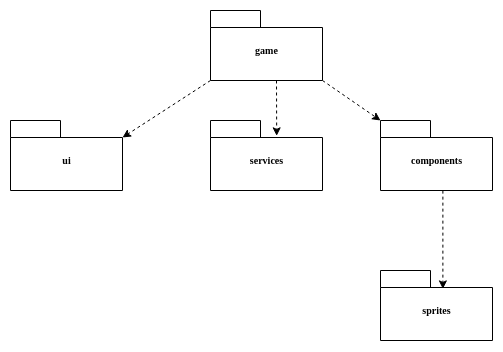
Earlier version of the draw.io export dokumentaatio/kuvatiedostot/rakennekaavio.png (realtalin/ot-harjoitustyo). Source tidied: cells renumbered, new cells last; positions are measured from the earlier drawing's top-left corner, leaving out a move shared by most shapes. Its diagram source:
```xml
<mxGraphModel>
  <root>
    <mxCell id="0" />
    <mxCell id="1" parent="0" />
    <mxCell id="2" value="ui" style="shape=folder;fontStyle=1;spacingTop=10;tabWidth=50;tabHeight=17;tabPosition=left;html=1;rounded=0;shadow=0;comic=0;labelBackgroundColor=none;strokeColor=#000000;strokeWidth=1;fillColor=#ffffff;fontFamily=Verdana;fontSize=10;fontColor=#000000;align=center;" parent="1" vertex="1">
      <mxGeometry y="110" width="112" height="70" as="geometry" />
    </mxCell>
    <mxCell id="3" value="sprites" style="shape=folder;fontStyle=1;spacingTop=10;tabWidth=50;tabHeight=17;tabPosition=left;html=1;rounded=0;shadow=0;comic=0;labelBackgroundColor=none;strokeColor=#000000;strokeWidth=1;fillColor=#ffffff;fontFamily=Verdana;fontSize=10;fontColor=#000000;align=center;" parent="1" vertex="1">
      <mxGeometry x="370" y="260" width="112" height="70" as="geometry" />
    </mxCell>
    <mxCell id="4" value="services" style="shape=folder;fontStyle=1;spacingTop=10;tabWidth=50;tabHeight=17;tabPosition=left;html=1;rounded=0;shadow=0;comic=0;labelBackgroundColor=none;strokeColor=#000000;strokeWidth=1;fillColor=#ffffff;fontFamily=Verdana;fontSize=10;fontColor=#000000;align=center;" parent="1" vertex="1">
      <mxGeometry x="200" y="110" width="112" height="70" as="geometry" />
    </mxCell>
    <mxCell id="5" value="components" style="shape=folder;fontStyle=1;spacingTop=10;tabWidth=50;tabHeight=17;tabPosition=left;html=1;rounded=0;shadow=0;comic=0;labelBackgroundColor=none;strokeColor=#000000;strokeWidth=1;fillColor=#ffffff;fontFamily=Verdana;fontSize=10;fontColor=#000000;align=center;" parent="1" vertex="1">
      <mxGeometry x="370" y="110" width="112" height="70" as="geometry" />
    </mxCell>
    <mxCell id="6" value="game" style="shape=folder;fontStyle=1;spacingTop=10;tabWidth=50;tabHeight=17;tabPosition=left;html=1;rounded=0;shadow=0;comic=0;labelBackgroundColor=none;strokeColor=#000000;strokeWidth=1;fillColor=#ffffff;fontFamily=Verdana;fontSize=10;fontColor=#000000;align=center;" parent="1" vertex="1">
      <mxGeometry x="200" width="112" height="70" as="geometry" />
    </mxCell>
    <mxCell id="7" style="endArrow=classic;html=1;rounded=0;dashed=1;exitX=0.557;exitY=1.002;exitDx=0;exitDy=0;exitPerimeter=0;entryX=0.557;entryY=0.263;entryDx=0;entryDy=0;entryPerimeter=0;" parent="1" edge="1" source="5" target="3">
      <mxGeometry relative="1" as="geometry" />
    </mxCell>
    <mxCell id="8" style="endArrow=classic;html=1;rounded=0;dashed=1;entryX=0;entryY=0;entryDx=0;entryDy=0;entryPerimeter=0;" parent="1" edge="1" target="5">
      <mxGeometry relative="1" as="geometry">
        <mxPoint x="312" y="70" as="sourcePoint" />
      </mxGeometry>
    </mxCell>
    <mxCell id="9" style="endArrow=classic;html=1;rounded=0;dashed=1;entryX=0.591;entryY=0.219;entryDx=0;entryDy=0;entryPerimeter=0;" parent="1" edge="1" target="4">
      <mxGeometry relative="1" as="geometry">
        <mxPoint x="266" y="70" as="sourcePoint" />
      </mxGeometry>
    </mxCell>
    <mxCell id="10" style="endArrow=classic;html=1;rounded=0;dashed=1;exitX=0;exitY=0;exitDx=0;exitDy=70;exitPerimeter=0;entryX=0;entryY=0;entryDx=112.00000000000001;entryDy=17;entryPerimeter=0;" parent="1" edge="1" source="6" target="2">
      <mxGeometry relative="1" as="geometry" />
    </mxCell>
  </root>
</mxGraphModel>
```
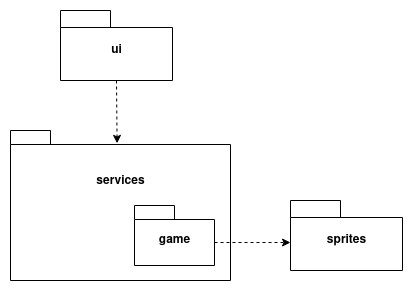
The same diagram one commit later.

Diff of the diagram source:
```diff
@@ -2,36 +2,27 @@
   <root>
     <mxCell id="0" />
     <mxCell id="1" parent="0" />
-    <mxCell id="2" value="ui" style="shape=folder;fontStyle=1;spacingTop=10;tabWidth=50;tabHeight=17;tabPosition=left;html=1;rounded=0;shadow=0;comic=0;labelBackgroundColor=none;strokeColor=#000000;strokeWidth=1;fillColor=#ffffff;fontFamily=Verdana;fontSize=10;fontColor=#000000;align=center;" parent="1" vertex="1">
-      <mxGeometry y="110" width="112" height="70" as="geometry" />
+    <mxCell id="2" value="&lt;font style=&quot;font-size: 12px;&quot; face=&quot;Helvetica&quot;&gt;ui&lt;/font&gt;" style="shape=folder;fontStyle=1;spacingTop=10;tabWidth=50;tabHeight=17;tabPosition=left;html=1;rounded=0;shadow=0;comic=0;labelBackgroundColor=none;strokeColor=#000000;strokeWidth=1;fillColor=#ffffff;fontFamily=Verdana;fontSize=10;fontColor=#000000;align=center;" parent="1" vertex="1">
+      <mxGeometry x="200" y="-20" width="112" height="70" as="geometry" />
     </mxCell>
-    <mxCell id="3" value="sprites" style="shape=folder;fontStyle=1;spacingTop=10;tabWidth=50;tabHeight=17;tabPosition=left;html=1;rounded=0;shadow=0;comic=0;labelBackgroundColor=none;strokeColor=#000000;strokeWidth=1;fillColor=#ffffff;fontFamily=Verdana;fontSize=10;fontColor=#000000;align=center;" parent="1" vertex="1">
-      <mxGeometry x="370" y="260" width="112" height="70" as="geometry" />
+    <mxCell id="3" value="&lt;font style=&quot;font-size: 12px;&quot; face=&quot;Helvetica&quot;&gt;sprites&lt;/font&gt;" style="shape=folder;fontStyle=1;spacingTop=10;tabWidth=50;tabHeight=17;tabPosition=left;html=1;rounded=0;shadow=0;comic=0;labelBackgroundColor=none;strokeColor=#000000;strokeWidth=1;fillColor=#ffffff;fontFamily=Verdana;fontSize=10;fontColor=#000000;align=center;" parent="1" vertex="1">
+      <mxGeometry x="430" y="170" width="112" height="70" as="geometry" />
     </mxCell>
+    <mxCell id="11" style="endArrow=classic;html=1;rounded=0;dashed=1;exitX=0.5;exitY=1;exitDx=0;exitDy=0;exitPerimeter=0;entryX=0.533;entryY=0.099;entryDx=0;entryDy=0;entryPerimeter=0;" parent="1" edge="1" source="2">
+      <mxGeometry relative="1" as="geometry">
+        <mxPoint x="256.6" y="112.9" as="targetPoint" />
+      </mxGeometry>
+    </mxCell>
-    <mxCell id="4" value="services" style="shape=folder;fontStyle=1;spacingTop=10;tabWidth=50;tabHeight=17;tabPosition=left;html=1;rounded=0;shadow=0;comic=0;labelBackgroundColor=none;strokeColor=#000000;strokeWidth=1;fillColor=#ffffff;fontFamily=Verdana;fontSize=10;fontColor=#000000;align=center;" parent="1" vertex="1">
-      <mxGeometry x="200" y="110" width="112" height="70" as="geometry" />
+    <mxCell id="4" value="&lt;div&gt;services&lt;/div&gt;&lt;div&gt;&lt;br&gt;&lt;/div&gt;&lt;div&gt;&lt;br&gt;&lt;/div&gt;&lt;div&gt;&lt;br&gt;&lt;/div&gt;&lt;div&gt;&lt;br&gt;&lt;/div&gt;" style="shape=folder;fontStyle=1;spacingTop=10;tabWidth=40;tabHeight=14;tabPosition=left;html=1;" parent="1" vertex="1">
+      <mxGeometry x="150" y="100" width="220" height="150" as="geometry" />
     </mxCell>
-    <mxCell id="5" value="components" style="shape=folder;fontStyle=1;spacingTop=10;tabWidth=50;tabHeight=17;tabPosition=left;html=1;rounded=0;shadow=0;comic=0;labelBackgroundColor=none;strokeColor=#000000;strokeWidth=1;fillColor=#ffffff;fontFamily=Verdana;fontSize=10;fontColor=#000000;align=center;" parent="1" vertex="1">
-      <mxGeometry x="370" y="110" width="112" height="70" as="geometry" />
-    </mxCell>
-    <mxCell id="6" value="game" style="shape=folder;fontStyle=1;spacingTop=10;tabWidth=50;tabHeight=17;tabPosition=left;html=1;rounded=0;shadow=0;comic=0;labelBackgroundColor=none;strokeColor=#000000;strokeWidth=1;fillColor=#ffffff;fontFamily=Verdana;fontSize=10;fontColor=#000000;align=center;" parent="1" vertex="1">
-      <mxGeometry x="200" width="112" height="70" as="geometry" />
+    <mxCell id="6" value="game" style="shape=folder;fontStyle=1;spacingTop=10;tabWidth=40;tabHeight=14;tabPosition=left;html=1;" parent="1" vertex="1">
+      <mxGeometry x="274" y="175" width="80" height="60" as="geometry" />
     </mxCell>
-    <mxCell id="7" style="endArrow=classic;html=1;rounded=0;dashed=1;exitX=0.557;exitY=1.002;exitDx=0;exitDy=0;exitPerimeter=0;entryX=0.557;entryY=0.263;entryDx=0;entryDy=0;entryPerimeter=0;" parent="1" edge="1" source="5" target="3">
-      <mxGeometry relative="1" as="geometry" />
-    </mxCell>
-    <mxCell id="8" style="endArrow=classic;html=1;rounded=0;dashed=1;entryX=0;entryY=0;entryDx=0;entryDy=0;entryPerimeter=0;" parent="1" edge="1" target="5">
-      <mxGeometry relative="1" as="geometry">
-        <mxPoint x="312" y="70" as="sourcePoint" />
-      </mxGeometry>
-    </mxCell>
-    <mxCell id="9" style="endArrow=classic;html=1;rounded=0;dashed=1;entryX=0.591;entryY=0.219;entryDx=0;entryDy=0;entryPerimeter=0;" parent="1" edge="1" target="4">
-      <mxGeometry relative="1" as="geometry">
-        <mxPoint x="266" y="70" as="sourcePoint" />
-      </mxGeometry>
-    </mxCell>
-    <mxCell id="10" style="endArrow=classic;html=1;rounded=0;dashed=1;exitX=0;exitY=0;exitDx=0;exitDy=70;exitPerimeter=0;entryX=0;entryY=0;entryDx=112.00000000000001;entryDy=17;entryPerimeter=0;" parent="1" edge="1" source="6" target="2">
-      <mxGeometry relative="1" as="geometry" />
-    </mxCell>
+    <mxCell id="12" style="endArrow=classic;html=1;rounded=0;dashed=1;exitX=0;exitY=0;exitDx=80;exitDy=37;exitPerimeter=0;" parent="1" edge="1" source="6">
+      <mxGeometry relative="1" as="geometry">
+        <mxPoint x="430" y="212" as="targetPoint" />
+      </mxGeometry>
+    </mxCell>
   </root>
 </mxGraphModel>
```
